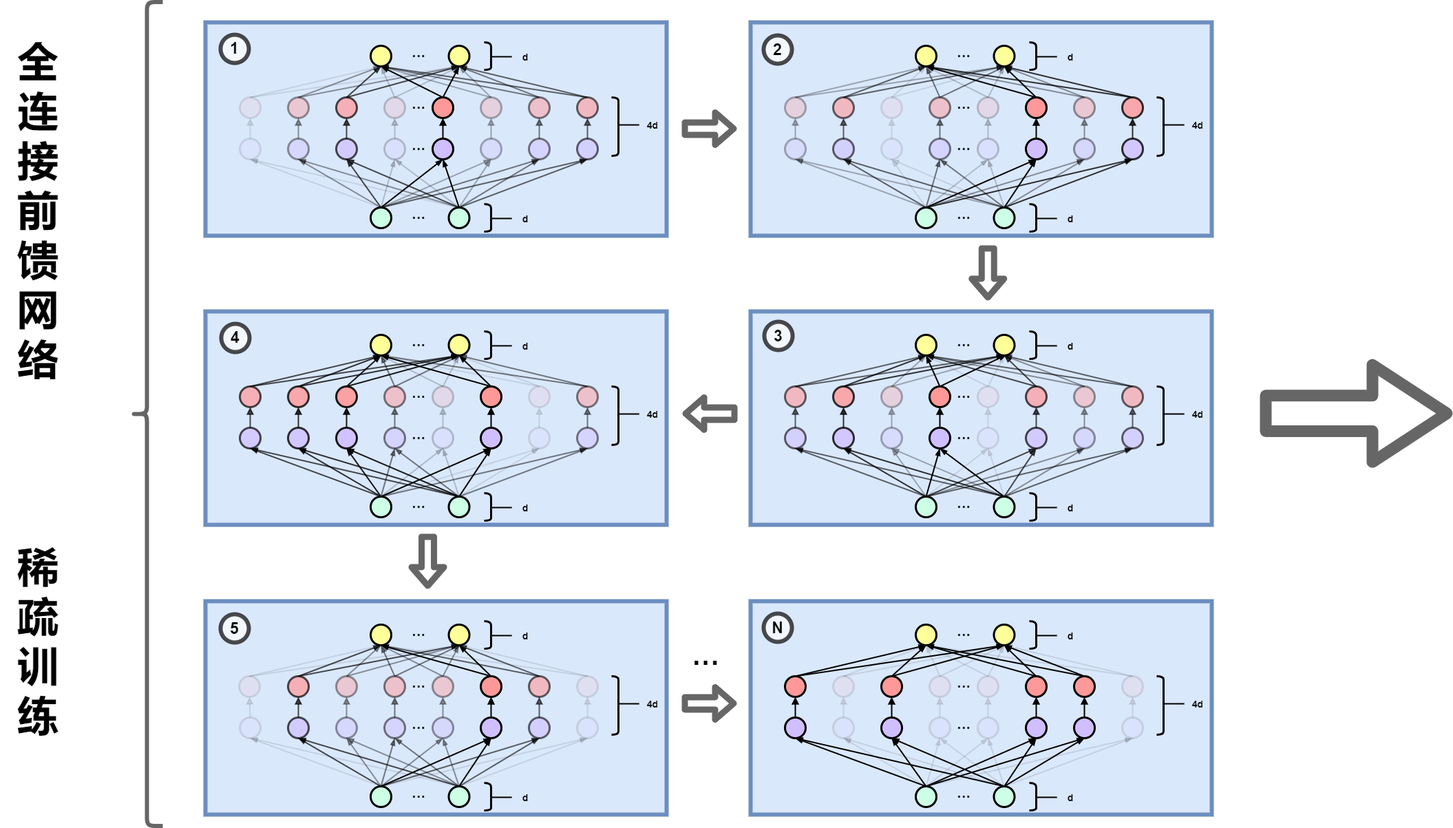
The draw.io diagram sparsity_training.png in AAAAAAAyq/Personal-Studying, before a commit. Source tidied: cells renumbered, new cells last; positions are measured from the earlier drawing's top-left corner, leaving out a move shared by most shapes.
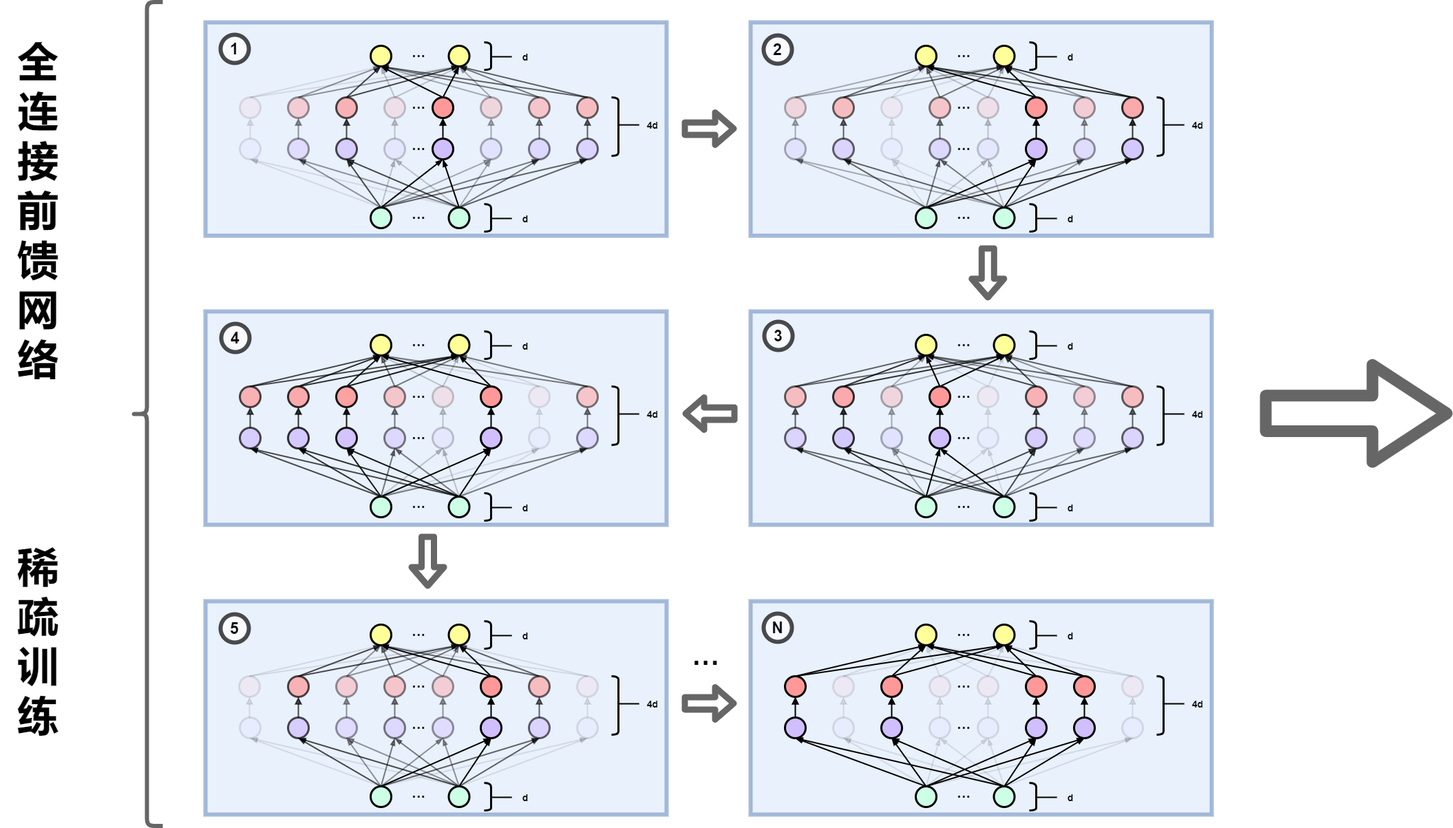
Later version of the same file.

The edit, as a diff of the source:
```diff
@@ -2,7 +2,7 @@
   <root>
     <mxCell id="0" />
     <mxCell id="1" parent="0" />
-    <mxCell id="2" style="rounded=0;whiteSpace=wrap;html=1;fillColor=#dae8fc;strokeColor=#6c8ebf;strokeWidth=6;" parent="1" vertex="1">
+    <mxCell id="2" style="rounded=0;whiteSpace=wrap;html=1;fillColor=#dae8fc;strokeColor=#6c8ebf;strokeWidth=6;opacity=60;" parent="1" vertex="1">
       <mxGeometry x="298" y="30" width="670" height="310" as="geometry" />
     </mxCell>
     <mxCell id="3" style="ellipse;whiteSpace=wrap;html=1;strokeWidth=3;fillColor=#D0BFFF;opacity=10;" parent="1" vertex="1">
@@ -279,7 +279,7 @@
     <mxCell id="77" style="shape=curlyBracket;whiteSpace=wrap;html=1;rounded=1;strokeWidth=6;opacity=60;" parent="1" vertex="1">
       <mxGeometry x="190" y="0.5" width="46" height="1197" as="geometry" />
     </mxCell>
-    <mxCell id="78" style="rounded=0;whiteSpace=wrap;html=1;fillColor=#dae8fc;strokeColor=#6c8ebf;strokeWidth=6;" parent="1" vertex="1">
+    <mxCell id="78" style="rounded=0;whiteSpace=wrap;html=1;fillColor=#dae8fc;strokeColor=#6c8ebf;strokeWidth=6;opacity=60;" parent="1" vertex="1">
       <mxGeometry x="298" y="450" width="670" height="310" as="geometry" />
     </mxCell>
     <mxCell id="79" style="edgeStyle=orthogonalEdgeStyle;rounded=0;jettySize=auto;html=1;exitX=0.5;exitY=0;exitDx=0;exitDy=0;entryX=0.5;entryY=1;entryDx=0;entryDy=0;strokeWidth=2;endArrow=block;endFill=1;opacity=70;" parent="1" edge="1" source="80" target="117">
@@ -544,7 +544,7 @@
     <mxCell id="151" value="&lt;b&gt;&lt;font style=&quot;font-size: 14px&quot;&gt;d&lt;/font&gt;&lt;/b&gt;" style="text;html=1;strokeColor=none;fillColor=none;align=center;verticalAlign=middle;whiteSpace=wrap;rounded=0;shadow=0;" parent="1" vertex="1">
       <mxGeometry x="713" y="490" width="100" height="20" as="geometry" />
     </mxCell>
-    <mxCell id="152" style="rounded=0;whiteSpace=wrap;html=1;fillColor=#dae8fc;strokeColor=#6c8ebf;strokeWidth=6;" parent="1" vertex="1">
+    <mxCell id="152" style="rounded=0;whiteSpace=wrap;html=1;fillColor=#dae8fc;strokeColor=#6c8ebf;strokeWidth=6;opacity=60;" parent="1" vertex="1">
       <mxGeometry x="298" y="871" width="670" height="310" as="geometry" />
     </mxCell>
     <mxCell id="153" style="edgeStyle=orthogonalEdgeStyle;rounded=0;jettySize=auto;html=1;exitX=0.5;exitY=0;exitDx=0;exitDy=0;entryX=0.5;entryY=1;entryDx=0;entryDy=0;strokeWidth=2;endArrow=block;endFill=1;opacity=10;" parent="1" edge="1" source="154" target="191">
@@ -809,7 +809,7 @@
     <mxCell id="225" value="&lt;b&gt;&lt;font style=&quot;font-size: 14px&quot;&gt;d&lt;/font&gt;&lt;/b&gt;" style="text;html=1;strokeColor=none;fillColor=none;align=center;verticalAlign=middle;whiteSpace=wrap;rounded=0;shadow=0;" parent="1" vertex="1">
       <mxGeometry x="713" y="911" width="100" height="20" as="geometry" />
     </mxCell>
-    <mxCell id="226" style="rounded=0;whiteSpace=wrap;html=1;fillColor=#dae8fc;strokeColor=#6c8ebf;strokeWidth=6;" parent="1" vertex="1">
+    <mxCell id="226" style="rounded=0;whiteSpace=wrap;html=1;fillColor=#dae8fc;strokeColor=#6c8ebf;strokeWidth=6;opacity=60;" parent="1" vertex="1">
       <mxGeometry x="1090" y="871" width="670" height="310" as="geometry" />
     </mxCell>
     <mxCell id="227" style="edgeStyle=orthogonalEdgeStyle;rounded=0;jettySize=auto;html=1;exitX=0.5;exitY=0;exitDx=0;exitDy=0;entryX=0.5;entryY=1;entryDx=0;entryDy=0;strokeWidth=2;endArrow=block;endFill=1;" parent="1" edge="1" source="228" target="265">
@@ -1074,7 +1074,7 @@
     <mxCell id="299" value="&lt;b&gt;&lt;font style=&quot;font-size: 14px&quot;&gt;d&lt;/font&gt;&lt;/b&gt;" style="text;html=1;strokeColor=none;fillColor=none;align=center;verticalAlign=middle;whiteSpace=wrap;rounded=0;shadow=0;" parent="1" vertex="1">
       <mxGeometry x="1505" y="911" width="100" height="20" as="geometry" />
     </mxCell>
-    <mxCell id="300" style="rounded=0;whiteSpace=wrap;html=1;fillColor=#dae8fc;strokeColor=#6c8ebf;strokeWidth=6;" parent="1" vertex="1">
+    <mxCell id="300" style="rounded=0;whiteSpace=wrap;html=1;fillColor=#dae8fc;strokeColor=#6c8ebf;strokeWidth=6;opacity=60;" parent="1" vertex="1">
       <mxGeometry x="1090" y="30" width="670" height="310" as="geometry" />
     </mxCell>
     <mxCell id="301" style="ellipse;whiteSpace=wrap;html=1;strokeWidth=3;fillColor=#D0BFFF;opacity=30;" parent="1" vertex="1">
@@ -1342,7 +1342,7 @@
         <mxPoint x="1155" y="169" as="targetPoint" />
       </mxGeometry>
     </mxCell>
-    <mxCell id="374" style="rounded=0;whiteSpace=wrap;html=1;fillColor=#dae8fc;strokeColor=#6c8ebf;strokeWidth=6;" parent="1" vertex="1">
+    <mxCell id="374" style="rounded=0;whiteSpace=wrap;html=1;fillColor=#dae8fc;strokeColor=#6c8ebf;strokeWidth=6;opacity=60;" parent="1" vertex="1">
       <mxGeometry x="1090" y="450" width="670" height="310" as="geometry" />
     </mxCell>
     <mxCell id="375" style="edgeStyle=orthogonalEdgeStyle;rounded=0;jettySize=auto;html=1;exitX=0.5;exitY=0;exitDx=0;exitDy=0;entryX=0.5;entryY=1;entryDx=0;entryDy=0;strokeWidth=2;endArrow=block;endFill=1;opacity=60;" parent="1" edge="1" source="376" target="413">
```
